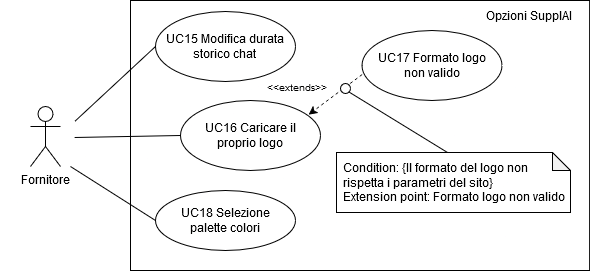
The draw.io diagram 2 - RTB/imgs/impostazioni-fornitore.png in CodeHex16/documentazione, before a commit. Source tidied: cells renumbered, new cells last; positions are measured from the earlier drawing's top-left corner, leaving out a move shared by most shapes. Its diagram source:
```xml
<mxGraphModel>
  <root>
    <mxCell id="0" />
    <mxCell id="1" parent="0" />
    <mxCell id="2" style="rounded=0;whiteSpace=wrap;html=1;fillColor=none;align=right;" parent="1" vertex="1">
      <mxGeometry x="130" width="459.1" height="270" as="geometry" />
    </mxCell>
    <mxCell id="3" value="&lt;div&gt;UC15 Modifica durata&lt;/div&gt;&lt;div&gt;storico chat&lt;br&gt;&lt;/div&gt;" style="ellipse;whiteSpace=wrap;html=1;" parent="1" vertex="1">
      <mxGeometry x="155" y="11" width="140" height="70" as="geometry" />
    </mxCell>
    <mxCell id="4" style="endArrow=none;html=1;rounded=0;entryX=0;entryY=0.5;entryDx=0;entryDy=0;exitX=1.007;exitY=0.418;exitDx=0;exitDy=0;exitPerimeter=0;" parent="1" edge="1" target="3">
      <mxGeometry relative="1" as="geometry">
        <mxPoint x="74.6" y="120.6" as="sourcePoint" />
      </mxGeometry>
    </mxCell>
    <mxCell id="5" style="endArrow=none;html=1;rounded=0;entryX=0;entryY=0.5;entryDx=0;entryDy=0;exitX=1;exitY=0.5;exitDx=0;exitDy=0;" parent="1" edge="1" target="6">
      <mxGeometry relative="1" as="geometry">
        <mxPoint x="74.1" y="137" as="sourcePoint" />
      </mxGeometry>
    </mxCell>
    <mxCell id="6" value="&lt;div&gt;UC16 Caricare il&lt;/div&gt;&lt;div&gt;proprio logo&lt;br&gt;&lt;/div&gt;" style="ellipse;whiteSpace=wrap;html=1;" parent="1" vertex="1">
      <mxGeometry x="180" y="100" width="140" height="70" as="geometry" />
    </mxCell>
    <mxCell id="7" value="&lt;div&gt;UC17 Formato logo&lt;/div&gt;&lt;div&gt;non valido&lt;br&gt;&lt;/div&gt;" style="ellipse;whiteSpace=wrap;html=1;" parent="1" vertex="1">
      <mxGeometry x="361.5" y="30" width="140" height="70" as="geometry" />
    </mxCell>
    <mxCell id="8" value="&lt;div&gt;UC18 Selezione&lt;/div&gt;&lt;div&gt;palette colori&lt;br&gt;&lt;/div&gt;" style="ellipse;whiteSpace=wrap;html=1;" parent="1" vertex="1">
      <mxGeometry x="155" y="190" width="140" height="60" as="geometry" />
    </mxCell>
    <mxCell id="9" style="endArrow=none;html=1;rounded=0;entryX=0;entryY=0.5;entryDx=0;entryDy=0;exitX=0.941;exitY=0.645;exitDx=0;exitDy=0;exitPerimeter=0;" parent="1" edge="1" target="8">
      <mxGeometry relative="1" as="geometry">
        <mxPoint x="70" y="166" as="sourcePoint" />
      </mxGeometry>
    </mxCell>
    <mxCell id="10" value="Opzioni SupplAI" style="text;html=1;align=center;verticalAlign=middle;whiteSpace=wrap;rounded=0;" parent="1" vertex="1">
      <mxGeometry x="469.1" width="120" height="30" as="geometry" />
    </mxCell>
    <mxCell id="11" value="Fornitore" style="shape=umlActor;verticalLabelPosition=bottom;verticalAlign=top;html=1;" parent="1" vertex="1">
      <mxGeometry x="30" y="106" width="30" height="60" as="geometry" />
    </mxCell>
    <mxCell id="12" style="rounded=0;jettySize=auto;html=1;entryX=0.915;entryY=0.202;entryDx=0;entryDy=0;entryPerimeter=0;dashed=1;exitX=0.001;exitY=0.629;exitDx=0;exitDy=0;exitPerimeter=0;" parent="1" edge="1" source="7" target="6">
      <mxGeometry relative="1" as="geometry" />
    </mxCell>
    <mxCell id="13" value="&lt;font style=&quot;font-size: 10px;&quot;&gt;&amp;lt;&amp;lt;extends&amp;gt;&amp;gt;&lt;/font&gt;" style="text;html=1;whiteSpace=wrap;overflow=hidden;rounded=0;" parent="1" vertex="1">
      <mxGeometry x="265" y="73" width="71" height="30" as="geometry" />
    </mxCell>
    <mxCell id="14" style="endArrow=none;html=1;rounded=0;exitX=0;exitY=0;exitDx=111;exitDy=0;exitPerimeter=0;entryX=1;entryY=1;entryDx=0;entryDy=0;" parent="1" edge="1" source="16" target="15">
      <mxGeometry relative="1" as="geometry" />
    </mxCell>
    <mxCell id="15" style="ellipse;whiteSpace=wrap;html=1;" parent="1" vertex="1">
      <mxGeometry x="340" y="83" width="10" height="10" as="geometry" />
    </mxCell>
    <mxCell id="16" value="&lt;div align=&quot;left&quot; style=&quot;padding-left: 5px;&quot;&gt;Condition: {Il formato del logo non&amp;nbsp;&lt;/div&gt;&lt;div align=&quot;left&quot; style=&quot;padding-left: 5px;&quot;&gt;rispetta i parametri del sito}&lt;br&gt;&lt;/div&gt;&lt;div align=&quot;left&quot; style=&quot;padding-left: 5px;&quot;&gt;Extension point: Formato logo non valido&lt;br&gt;&lt;/div&gt;" style="shape=note;whiteSpace=wrap;html=1;backgroundOutline=1;darkOpacity=0.05;size=18;align=left;" parent="1" vertex="1">
      <mxGeometry x="336" y="152" width="234" height="60" as="geometry" />
    </mxCell>
    <mxCell id="17" style="rounded=0;whiteSpace=wrap;html=1;fillColor=none;align=right;strokeColor=none;" parent="1" vertex="1">
      <mxGeometry y="36" width="20" height="190" as="geometry" />
    </mxCell>
  </root>
</mxGraphModel>
```
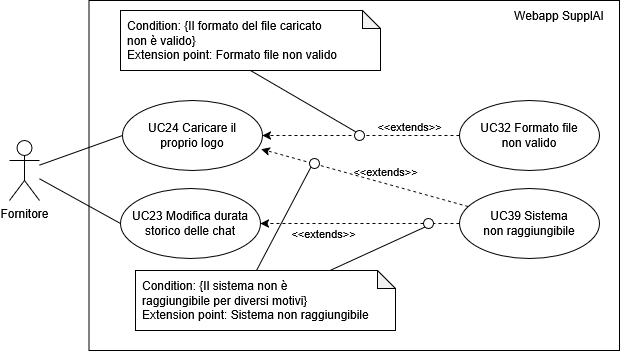
The same file after the commit.

What changed in the source:
```diff
@@ -3,58 +3,79 @@
     <mxCell id="0" />
     <mxCell id="1" parent="0" />
     <mxCell id="2" style="rounded=0;whiteSpace=wrap;html=1;fillColor=none;align=right;" parent="1" vertex="1">
-      <mxGeometry x="130" width="459.1" height="270" as="geometry" />
+      <mxGeometry x="-2480.5" y="480" width="530.5" height="350" as="geometry" />
     </mxCell>
-    <mxCell id="3" value="&lt;div&gt;UC15 Modifica durata&lt;/div&gt;&lt;div&gt;storico chat&lt;br&gt;&lt;/div&gt;" style="ellipse;whiteSpace=wrap;html=1;" parent="1" vertex="1">
-      <mxGeometry x="155" y="11" width="140" height="70" as="geometry" />
+    <mxCell id="3" value="Fornitore" style="shape=umlActor;verticalLabelPosition=bottom;verticalAlign=top;html=1;outlineConnect=0;" parent="1" vertex="1">
+      <mxGeometry x="-2560" y="620" width="30" height="60" as="geometry" />
     </mxCell>
-    <mxCell id="4" style="endArrow=none;html=1;rounded=0;entryX=0;entryY=0.5;entryDx=0;entryDy=0;exitX=1.007;exitY=0.418;exitDx=0;exitDy=0;exitPerimeter=0;" parent="1" edge="1" target="3">
-      <mxGeometry relative="1" as="geometry">
-        <mxPoint x="74.6" y="120.6" as="sourcePoint" />
-      </mxGeometry>
+    <mxCell id="4" value="&lt;div&gt;UC24 Caricare il&lt;/div&gt;&lt;div&gt;proprio logo&lt;/div&gt;" style="ellipse;whiteSpace=wrap;html=1;" parent="1" vertex="1">
+      <mxGeometry x="-2447" y="580" width="140" height="70" as="geometry" />
     </mxCell>
-    <mxCell id="5" style="endArrow=none;html=1;rounded=0;entryX=0;entryY=0.5;entryDx=0;entryDy=0;exitX=1;exitY=0.5;exitDx=0;exitDy=0;" parent="1" edge="1" target="6">
-      <mxGeometry relative="1" as="geometry">
-        <mxPoint x="74.1" y="137" as="sourcePoint" />
-      </mxGeometry>
+    <mxCell id="5" value="Webapp SupplAI" style="text;html=1;align=center;verticalAlign=middle;whiteSpace=wrap;rounded=0;" parent="1" vertex="1">
+      <mxGeometry x="-2070" y="480" width="120" height="30" as="geometry" />
     </mxCell>
-    <mxCell id="6" value="&lt;div&gt;UC16 Caricare il&lt;/div&gt;&lt;div&gt;proprio logo&lt;br&gt;&lt;/div&gt;" style="ellipse;whiteSpace=wrap;html=1;" parent="1" vertex="1">
-      <mxGeometry x="180" y="100" width="140" height="70" as="geometry" />
+    <mxCell id="6" style="endArrow=none;html=1;rounded=0;entryX=0;entryY=0.5;entryDx=0;entryDy=0;" parent="1" edge="1" source="3" target="4">
+      <mxGeometry relative="1" as="geometry" />
     </mxCell>
-    <mxCell id="7" value="&lt;div&gt;UC17 Formato logo&lt;/div&gt;&lt;div&gt;non valido&lt;br&gt;&lt;/div&gt;" style="ellipse;whiteSpace=wrap;html=1;" parent="1" vertex="1">
-      <mxGeometry x="361.5" y="30" width="140" height="70" as="geometry" />
+    <mxCell id="7" value="&lt;div&gt;UC23 Modifica durata&lt;/div&gt;&lt;div&gt;storico delle chat&lt;/div&gt;" style="ellipse;whiteSpace=wrap;html=1;" parent="1" vertex="1">
+      <mxGeometry x="-2449" y="668" width="140" height="70" as="geometry" />
     </mxCell>
-    <mxCell id="8" value="&lt;div&gt;UC18 Selezione&lt;/div&gt;&lt;div&gt;palette colori&lt;br&gt;&lt;/div&gt;" style="ellipse;whiteSpace=wrap;html=1;" parent="1" vertex="1">
-      <mxGeometry x="155" y="190" width="140" height="60" as="geometry" />
+    <mxCell id="8" style="endArrow=none;html=1;rounded=0;entryX=0;entryY=0.5;entryDx=0;entryDy=0;" parent="1" edge="1" source="3" target="7">
+      <mxGeometry relative="1" as="geometry" />
     </mxCell>
-    <mxCell id="9" style="endArrow=none;html=1;rounded=0;entryX=0;entryY=0.5;entryDx=0;entryDy=0;exitX=0.941;exitY=0.645;exitDx=0;exitDy=0;exitPerimeter=0;" parent="1" edge="1" target="8">
-      <mxGeometry relative="1" as="geometry">
-        <mxPoint x="70" y="166" as="sourcePoint" />
-      </mxGeometry>
+    <mxCell id="9" style="rounded=0;jettySize=auto;html=1;entryX=1;entryY=0.5;entryDx=0;entryDy=0;dashed=1;" parent="1" edge="1" source="13" target="7">
+      <mxGeometry relative="1" as="geometry" />
     </mxCell>
-    <mxCell id="10" value="Opzioni SupplAI" style="text;html=1;align=center;verticalAlign=middle;whiteSpace=wrap;rounded=0;" parent="1" vertex="1">
-      <mxGeometry x="469.1" width="120" height="30" as="geometry" />
+    <mxCell id="10" value="&amp;lt;&amp;lt;extends&amp;gt;&amp;gt;" style="edgeLabel;html=1;align=center;verticalAlign=middle;" parent="9" vertex="1">
+      <mxGeometry x="0.72" y="-4" relative="1" as="geometry">
+        <mxPoint x="35" y="13" as="offset" />
+      </mxGeometry>
     </mxCell>
-    <mxCell id="11" value="Fornitore" style="shape=umlActor;verticalLabelPosition=bottom;verticalAlign=top;html=1;" parent="1" vertex="1">
-      <mxGeometry x="30" y="106" width="30" height="60" as="geometry" />
+    <mxCell id="11" value="&amp;lt;&amp;lt;extends&amp;gt;&amp;gt;" style="edgeLabel;html=1;align=center;verticalAlign=middle;" parent="9" vertex="1">
+      <mxGeometry x="0.72" y="-4" relative="1" as="geometry">
+        <mxPoint x="97" y="-49" as="offset" />
+      </mxGeometry>
     </mxCell>
-    <mxCell id="12" style="rounded=0;jettySize=auto;html=1;entryX=0.915;entryY=0.202;entryDx=0;entryDy=0;entryPerimeter=0;dashed=1;exitX=0.001;exitY=0.629;exitDx=0;exitDy=0;exitPerimeter=0;" parent="1" edge="1" source="7" target="6">
+    <mxCell id="12" style="rounded=0;jettySize=auto;html=1;entryX=0.99;entryY=0.694;entryDx=0;entryDy=0;dashed=1;entryPerimeter=0;" parent="1" edge="1" source="13" target="4">
       <mxGeometry relative="1" as="geometry" />
     </mxCell>
-    <mxCell id="13" value="&lt;font style=&quot;font-size: 10px;&quot;&gt;&amp;lt;&amp;lt;extends&amp;gt;&amp;gt;&lt;/font&gt;" style="text;html=1;whiteSpace=wrap;overflow=hidden;rounded=0;" parent="1" vertex="1">
-      <mxGeometry x="265" y="73" width="71" height="30" as="geometry" />
+    <mxCell id="13" value="&lt;div&gt;UC39 Sistema&lt;/div&gt;&lt;div&gt;non raggiungibile&lt;/div&gt;" style="ellipse;whiteSpace=wrap;html=1;" parent="1" vertex="1">
+      <mxGeometry x="-2110" y="668" width="140" height="70" as="geometry" />
     </mxCell>
-    <mxCell id="14" style="endArrow=none;html=1;rounded=0;exitX=0;exitY=0;exitDx=111;exitDy=0;exitPerimeter=0;entryX=1;entryY=1;entryDx=0;entryDy=0;" parent="1" edge="1" source="16" target="15">
-      <mxGeometry relative="1" as="geometry" />
+    <mxCell id="14" value="&lt;div align=&quot;left&quot; style=&quot;padding-left: 5px;&quot;&gt;Condition: {Il sistema non è &lt;br&gt;raggiungibile per diversi motivi}&lt;/div&gt;&lt;div align=&quot;left&quot; style=&quot;padding-left: 5px;&quot;&gt;Extension point: Sistema non raggiungibile&lt;/div&gt;" style="shape=note;whiteSpace=wrap;html=1;backgroundOutline=1;darkOpacity=0.05;size=18;align=left;" parent="1" vertex="1">
+      <mxGeometry x="-2434" y="750" width="260" height="60" as="geometry" />
     </mxCell>
     <mxCell id="15" style="ellipse;whiteSpace=wrap;html=1;" parent="1" vertex="1">
-      <mxGeometry x="340" y="83" width="10" height="10" as="geometry" />
+      <mxGeometry x="-2146" y="698" width="10" height="10" as="geometry" />
     </mxCell>
-    <mxCell id="16" value="&lt;div align=&quot;left&quot; style=&quot;padding-left: 5px;&quot;&gt;Condition: {Il formato del logo non&amp;nbsp;&lt;/div&gt;&lt;div align=&quot;left&quot; style=&quot;padding-left: 5px;&quot;&gt;rispetta i parametri del sito}&lt;br&gt;&lt;/div&gt;&lt;div align=&quot;left&quot; style=&quot;padding-left: 5px;&quot;&gt;Extension point: Formato logo non valido&lt;br&gt;&lt;/div&gt;" style="shape=note;whiteSpace=wrap;html=1;backgroundOutline=1;darkOpacity=0.05;size=18;align=left;" parent="1" vertex="1">
-      <mxGeometry x="336" y="152" width="234" height="60" as="geometry" />
+    <mxCell id="16" style="rounded=0;jettySize=auto;html=1;endArrow=none;endFill=0;endSize=20;startFill=0;exitX=0.752;exitY=-0.008;exitDx=0;exitDy=0;exitPerimeter=0;entryX=0;entryY=1;entryDx=0;entryDy=0;" parent="1" edge="1" source="14" target="15">
+      <mxGeometry relative="1" as="geometry" />
     </mxCell>
-    <mxCell id="17" style="rounded=0;whiteSpace=wrap;html=1;fillColor=none;align=right;strokeColor=none;" parent="1" vertex="1">
-      <mxGeometry y="36" width="20" height="190" as="geometry" />
+    <mxCell id="17" style="edgeStyle=orthogonalEdgeStyle;rounded=0;jettySize=auto;html=1;entryX=1;entryY=0.5;entryDx=0;entryDy=0;dashed=1;" parent="1" edge="1" source="19" target="4">
+      <mxGeometry relative="1" as="geometry" />
     </mxCell>
+    <mxCell id="18" value="&amp;lt;&amp;lt;extends&amp;gt;&amp;gt;" style="edgeLabel;html=1;align=center;verticalAlign=middle;" parent="17" vertex="1">
+      <mxGeometry x="-0.14" y="1" relative="1" as="geometry">
+        <mxPoint x="34" y="-11" as="offset" />
+      </mxGeometry>
+    </mxCell>
+    <mxCell id="19" value="&lt;div&gt;UC32 Formato file&lt;/div&gt;&lt;div&gt;non valido&lt;/div&gt;" style="ellipse;whiteSpace=wrap;html=1;" parent="1" vertex="1">
+      <mxGeometry x="-2110" y="580" width="140" height="70" as="geometry" />
+    </mxCell>
+    <mxCell id="20" style="rounded=0;jettySize=auto;html=1;endArrow=none;endFill=0;endSize=20;startFill=0;entryX=0;entryY=1;entryDx=0;entryDy=0;exitX=0;exitY=0;exitDx=121;exitDy=0;exitPerimeter=0;" parent="1" edge="1" source="14" target="21">
+      <mxGeometry relative="1" as="geometry" />
+    </mxCell>
+    <mxCell id="21" style="ellipse;whiteSpace=wrap;html=1;" parent="1" vertex="1">
+      <mxGeometry x="-2260" y="638" width="10" height="10" as="geometry" />
+    </mxCell>
+    <mxCell id="22" value="&lt;div align=&quot;left&quot; style=&quot;padding-left: 5px;&quot;&gt;Condition: {Il formato del file caricato&lt;/div&gt;&lt;div align=&quot;left&quot; style=&quot;padding-left: 5px;&quot;&gt;non è valido}&lt;/div&gt;&lt;div align=&quot;left&quot; style=&quot;padding-left: 5px;&quot;&gt;Extension point: Formato file non valido&lt;/div&gt;" style="shape=note;whiteSpace=wrap;html=1;backgroundOutline=1;darkOpacity=0.05;size=18;align=left;" parent="1" vertex="1">
+      <mxGeometry x="-2449" y="490" width="260" height="60" as="geometry" />
+    </mxCell>
+    <mxCell id="23" style="ellipse;whiteSpace=wrap;html=1;" parent="1" vertex="1">
+      <mxGeometry x="-2215" y="610" width="10" height="10" as="geometry" />
+    </mxCell>
+    <mxCell id="24" style="rounded=0;jettySize=auto;html=1;endArrow=none;endFill=0;endSize=20;startFill=0;exitX=0.5;exitY=1;exitDx=0;exitDy=0;exitPerimeter=0;entryX=0;entryY=0;entryDx=0;entryDy=0;" parent="1" edge="1" source="22" target="23">
+      <mxGeometry relative="1" as="geometry" />
+    </mxCell>
   </root>
 </mxGraphModel>
```
